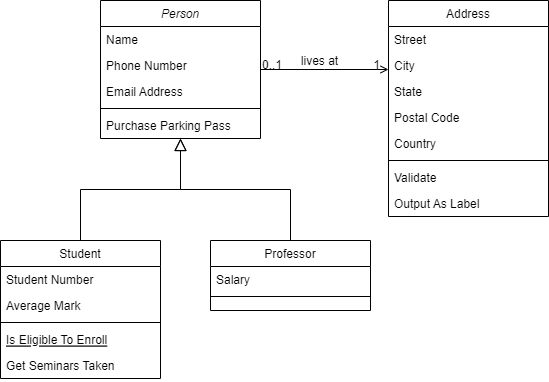
This is Untitled Diagram.drawio.png from GuilleAlvarado/draw, a draw.io export, as it was before one commit. Source tidied: cells renumbered, new cells last; positions are measured from the earlier drawing's top-left corner, leaving out a move shared by most shapes. Its diagram source:
```xml
<mxGraphModel>
  <root>
    <mxCell id="0" />
    <mxCell id="1" parent="0" />
    <mxCell id="2" value="Person" style="swimlane;fontStyle=2;align=center;verticalAlign=top;horizontal=1;startSize=26;rounded=0;shadow=0;strokeWidth=1;" parent="1" vertex="1">
      <mxGeometry x="100" width="160" height="138" as="geometry" />
    </mxCell>
    <mxCell id="3" value="Name" style="text;align=left;verticalAlign=top;spacingLeft=4;spacingRight=4;overflow=hidden;" parent="2" vertex="1">
      <mxGeometry y="26" width="160" height="26" as="geometry" />
    </mxCell>
    <mxCell id="4" value="Phone Number" style="text;align=left;verticalAlign=top;spacingLeft=4;spacingRight=4;overflow=hidden;rounded=0;shadow=0;html=0;" parent="2" vertex="1">
      <mxGeometry y="52" width="160" height="26" as="geometry" />
    </mxCell>
    <mxCell id="5" value="Email Address" style="text;align=left;verticalAlign=top;spacingLeft=4;spacingRight=4;overflow=hidden;rounded=0;shadow=0;html=0;" parent="2" vertex="1">
      <mxGeometry y="78" width="160" height="26" as="geometry" />
    </mxCell>
    <mxCell id="6" style="line;html=1;strokeWidth=1;align=left;verticalAlign=middle;spacingTop=-1;spacingLeft=3;spacingRight=3;labelPosition=right;" parent="2" vertex="1">
      <mxGeometry y="104" width="160" height="8" as="geometry" />
    </mxCell>
    <mxCell id="7" value="Purchase Parking Pass" style="text;align=left;verticalAlign=top;spacingLeft=4;spacingRight=4;overflow=hidden;" parent="2" vertex="1">
      <mxGeometry y="112" width="160" height="26" as="geometry" />
    </mxCell>
    <mxCell id="8" value="Student" style="swimlane;fontStyle=0;align=center;verticalAlign=top;horizontal=1;startSize=26;rounded=0;shadow=0;strokeWidth=1;" parent="1" vertex="1">
      <mxGeometry y="240" width="160" height="138" as="geometry" />
    </mxCell>
    <mxCell id="9" value="Student Number" style="text;align=left;verticalAlign=top;spacingLeft=4;spacingRight=4;overflow=hidden;" parent="8" vertex="1">
      <mxGeometry y="26" width="160" height="26" as="geometry" />
    </mxCell>
    <mxCell id="10" value="Average Mark" style="text;align=left;verticalAlign=top;spacingLeft=4;spacingRight=4;overflow=hidden;rounded=0;shadow=0;html=0;" parent="8" vertex="1">
      <mxGeometry y="52" width="160" height="26" as="geometry" />
    </mxCell>
    <mxCell id="11" style="line;html=1;strokeWidth=1;align=left;verticalAlign=middle;spacingTop=-1;spacingLeft=3;spacingRight=3;labelPosition=right;" parent="8" vertex="1">
      <mxGeometry y="78" width="160" height="8" as="geometry" />
    </mxCell>
    <mxCell id="12" value="Is Eligible To Enroll" style="text;align=left;verticalAlign=top;spacingLeft=4;spacingRight=4;overflow=hidden;fontStyle=4;" parent="8" vertex="1">
      <mxGeometry y="86" width="160" height="26" as="geometry" />
    </mxCell>
    <mxCell id="13" value="Get Seminars Taken" style="text;align=left;verticalAlign=top;spacingLeft=4;spacingRight=4;overflow=hidden;" parent="8" vertex="1">
      <mxGeometry y="112" width="160" height="26" as="geometry" />
    </mxCell>
    <mxCell id="14" style="endArrow=block;endSize=10;endFill=0;shadow=0;strokeWidth=1;rounded=0;edgeStyle=elbowEdgeStyle;elbow=vertical;" parent="1" edge="1" source="8" target="2">
      <mxGeometry relative="1" as="geometry" />
    </mxCell>
    <mxCell id="15" value="Professor" style="swimlane;fontStyle=0;align=center;verticalAlign=top;horizontal=1;startSize=26;rounded=0;shadow=0;strokeWidth=1;" parent="1" vertex="1">
      <mxGeometry x="210" y="240" width="160" height="70" as="geometry" />
    </mxCell>
    <mxCell id="16" value="Salary" style="text;align=left;verticalAlign=top;spacingLeft=4;spacingRight=4;overflow=hidden;" parent="15" vertex="1">
      <mxGeometry y="26" width="160" height="26" as="geometry" />
    </mxCell>
    <mxCell id="17" style="line;html=1;strokeWidth=1;align=left;verticalAlign=middle;spacingTop=-1;spacingLeft=3;spacingRight=3;labelPosition=right;" parent="15" vertex="1">
      <mxGeometry y="52" width="160" height="8" as="geometry" />
    </mxCell>
    <mxCell id="18" style="endArrow=block;endSize=10;endFill=0;shadow=0;strokeWidth=1;rounded=0;edgeStyle=elbowEdgeStyle;elbow=vertical;" parent="1" edge="1" source="15" target="2">
      <mxGeometry relative="1" as="geometry" />
    </mxCell>
    <mxCell id="19" value="Address" style="swimlane;fontStyle=0;align=center;verticalAlign=top;horizontal=1;startSize=26;rounded=0;shadow=0;strokeWidth=1;" parent="1" vertex="1">
      <mxGeometry x="388" width="160" height="216" as="geometry" />
    </mxCell>
    <mxCell id="20" value="Street" style="text;align=left;verticalAlign=top;spacingLeft=4;spacingRight=4;overflow=hidden;" parent="19" vertex="1">
      <mxGeometry y="26" width="160" height="26" as="geometry" />
    </mxCell>
    <mxCell id="21" value="City" style="text;align=left;verticalAlign=top;spacingLeft=4;spacingRight=4;overflow=hidden;rounded=0;shadow=0;html=0;" parent="19" vertex="1">
      <mxGeometry y="52" width="160" height="26" as="geometry" />
    </mxCell>
    <mxCell id="22" value="State" style="text;align=left;verticalAlign=top;spacingLeft=4;spacingRight=4;overflow=hidden;rounded=0;shadow=0;html=0;" parent="19" vertex="1">
      <mxGeometry y="78" width="160" height="26" as="geometry" />
    </mxCell>
    <mxCell id="23" value="Postal Code" style="text;align=left;verticalAlign=top;spacingLeft=4;spacingRight=4;overflow=hidden;rounded=0;shadow=0;html=0;" parent="19" vertex="1">
      <mxGeometry y="104" width="160" height="26" as="geometry" />
    </mxCell>
    <mxCell id="24" value="Country" style="text;align=left;verticalAlign=top;spacingLeft=4;spacingRight=4;overflow=hidden;rounded=0;shadow=0;html=0;" parent="19" vertex="1">
      <mxGeometry y="130" width="160" height="26" as="geometry" />
    </mxCell>
    <mxCell id="25" style="line;html=1;strokeWidth=1;align=left;verticalAlign=middle;spacingTop=-1;spacingLeft=3;spacingRight=3;labelPosition=right;" parent="19" vertex="1">
      <mxGeometry y="156" width="160" height="8" as="geometry" />
    </mxCell>
    <mxCell id="26" value="Validate" style="text;align=left;verticalAlign=top;spacingLeft=4;spacingRight=4;overflow=hidden;" parent="19" vertex="1">
      <mxGeometry y="164" width="160" height="26" as="geometry" />
    </mxCell>
    <mxCell id="27" value="Output As Label" style="text;align=left;verticalAlign=top;spacingLeft=4;spacingRight=4;overflow=hidden;" parent="19" vertex="1">
      <mxGeometry y="190" width="160" height="26" as="geometry" />
    </mxCell>
    <mxCell id="28" style="endArrow=open;shadow=0;strokeWidth=1;rounded=0;endFill=1;edgeStyle=elbowEdgeStyle;elbow=vertical;" parent="1" edge="1" source="2" target="19">
      <mxGeometry x="0.5" y="41" relative="1" as="geometry">
        <mxPoint x="-40" y="32" as="offset" />
      </mxGeometry>
    </mxCell>
    <mxCell id="29" value="0..1" style="align=left;verticalAlign=bottom;labelBackgroundColor=none;fontSize=12;" parent="28" vertex="1">
      <mxGeometry x="-1" relative="1" as="geometry">
        <mxPoint y="4" as="offset" />
      </mxGeometry>
    </mxCell>
    <mxCell id="30" value="1" style="align=right;verticalAlign=bottom;labelBackgroundColor=none;fontSize=12;" parent="28" vertex="1">
      <mxGeometry x="1" relative="1" as="geometry">
        <mxPoint x="-7" y="4" as="offset" />
      </mxGeometry>
    </mxCell>
    <mxCell id="31" value="lives at" style="text;html=1;align=center;verticalAlign=middle;labelBackgroundColor=none;rounded=0;shadow=0;strokeWidth=1;fontSize=12;" parent="28" vertex="1">
      <mxGeometry x="0.5" y="49" relative="1" as="geometry">
        <mxPoint x="-38" y="40" as="offset" />
      </mxGeometry>
    </mxCell>
  </root>
</mxGraphModel>
```
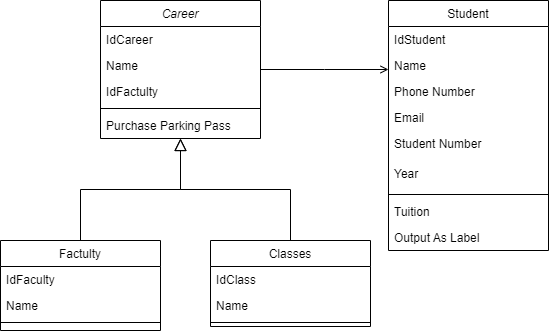
After the commit.

Diff of the diagram source:
```diff
@@ -2,16 +2,16 @@
   <root>
     <mxCell id="0" />
     <mxCell id="1" parent="0" />
-    <mxCell id="2" value="Person" style="swimlane;fontStyle=2;align=center;verticalAlign=top;horizontal=1;startSize=26;rounded=0;shadow=0;strokeWidth=1;" parent="1" vertex="1">
+    <mxCell id="2" value="Career" style="swimlane;fontStyle=2;align=center;verticalAlign=top;horizontal=1;startSize=26;rounded=0;shadow=0;strokeWidth=1;" parent="1" vertex="1">
       <mxGeometry x="100" width="160" height="138" as="geometry" />
     </mxCell>
-    <mxCell id="3" value="Name" style="text;align=left;verticalAlign=top;spacingLeft=4;spacingRight=4;overflow=hidden;" parent="2" vertex="1">
+    <mxCell id="3" value="IdCareer" style="text;align=left;verticalAlign=top;spacingLeft=4;spacingRight=4;overflow=hidden;" parent="2" vertex="1">
       <mxGeometry y="26" width="160" height="26" as="geometry" />
     </mxCell>
-    <mxCell id="4" value="Phone Number" style="text;align=left;verticalAlign=top;spacingLeft=4;spacingRight=4;overflow=hidden;rounded=0;shadow=0;html=0;" parent="2" vertex="1">
+    <mxCell id="4" value="Name" style="text;align=left;verticalAlign=top;spacingLeft=4;spacingRight=4;overflow=hidden;rounded=0;shadow=0;html=0;" parent="2" vertex="1">
       <mxGeometry y="52" width="160" height="26" as="geometry" />
     </mxCell>
-    <mxCell id="5" value="Email Address" style="text;align=left;verticalAlign=top;spacingLeft=4;spacingRight=4;overflow=hidden;rounded=0;shadow=0;html=0;" parent="2" vertex="1">
+    <mxCell id="5" value="IdFactulty" style="text;align=left;verticalAlign=top;spacingLeft=4;spacingRight=4;overflow=hidden;rounded=0;shadow=0;html=0;" parent="2" vertex="1">
       <mxGeometry y="78" width="160" height="26" as="geometry" />
     </mxCell>
     <mxCell id="6" style="line;html=1;strokeWidth=1;align=left;verticalAlign=middle;spacingTop=-1;spacingLeft=3;spacingRight=3;labelPosition=right;" parent="2" vertex="1">
@@ -20,85 +20,70 @@
     <mxCell id="7" value="Purchase Parking Pass" style="text;align=left;verticalAlign=top;spacingLeft=4;spacingRight=4;overflow=hidden;" parent="2" vertex="1">
       <mxGeometry y="112" width="160" height="26" as="geometry" />
     </mxCell>
-    <mxCell id="8" value="Student" style="swimlane;fontStyle=0;align=center;verticalAlign=top;horizontal=1;startSize=26;rounded=0;shadow=0;strokeWidth=1;" parent="1" vertex="1">
-      <mxGeometry y="240" width="160" height="138" as="geometry" />
+    <mxCell id="8" value="Factulty" style="swimlane;fontStyle=0;align=center;verticalAlign=top;horizontal=1;startSize=26;rounded=0;shadow=0;strokeWidth=1;" parent="1" vertex="1">
+      <mxGeometry y="240" width="160" height="90" as="geometry" />
     </mxCell>
-    <mxCell id="9" value="Student Number" style="text;align=left;verticalAlign=top;spacingLeft=4;spacingRight=4;overflow=hidden;" parent="8" vertex="1">
+    <mxCell id="9" value="IdFaculty" style="text;align=left;verticalAlign=top;spacingLeft=4;spacingRight=4;overflow=hidden;" parent="8" vertex="1">
       <mxGeometry y="26" width="160" height="26" as="geometry" />
     </mxCell>
-    <mxCell id="10" value="Average Mark" style="text;align=left;verticalAlign=top;spacingLeft=4;spacingRight=4;overflow=hidden;rounded=0;shadow=0;html=0;" parent="8" vertex="1">
+    <mxCell id="10" value="Name" style="text;align=left;verticalAlign=top;spacingLeft=4;spacingRight=4;overflow=hidden;rounded=0;shadow=0;html=0;" parent="8" vertex="1">
       <mxGeometry y="52" width="160" height="26" as="geometry" />
     </mxCell>
     <mxCell id="11" style="line;html=1;strokeWidth=1;align=left;verticalAlign=middle;spacingTop=-1;spacingLeft=3;spacingRight=3;labelPosition=right;" parent="8" vertex="1">
       <mxGeometry y="78" width="160" height="8" as="geometry" />
     </mxCell>
-    <mxCell id="12" value="Is Eligible To Enroll" style="text;align=left;verticalAlign=top;spacingLeft=4;spacingRight=4;overflow=hidden;fontStyle=4;" parent="8" vertex="1">
-      <mxGeometry y="86" width="160" height="26" as="geometry" />
-    </mxCell>
-    <mxCell id="13" value="Get Seminars Taken" style="text;align=left;verticalAlign=top;spacingLeft=4;spacingRight=4;overflow=hidden;" parent="8" vertex="1">
-      <mxGeometry y="112" width="160" height="26" as="geometry" />
-    </mxCell>
     <mxCell id="14" style="endArrow=block;endSize=10;endFill=0;shadow=0;strokeWidth=1;rounded=0;edgeStyle=elbowEdgeStyle;elbow=vertical;" parent="1" edge="1" source="8" target="2">
       <mxGeometry relative="1" as="geometry" />
     </mxCell>
-    <mxCell id="15" value="Professor" style="swimlane;fontStyle=0;align=center;verticalAlign=top;horizontal=1;startSize=26;rounded=0;shadow=0;strokeWidth=1;" parent="1" vertex="1">
-      <mxGeometry x="210" y="240" width="160" height="70" as="geometry" />
+    <mxCell id="15" value="Classes" style="swimlane;fontStyle=0;align=center;verticalAlign=top;horizontal=1;startSize=26;rounded=0;shadow=0;strokeWidth=1;" parent="1" vertex="1">
+      <mxGeometry x="210" y="240" width="160" height="86" as="geometry" />
     </mxCell>
-    <mxCell id="16" value="Salary" style="text;align=left;verticalAlign=top;spacingLeft=4;spacingRight=4;overflow=hidden;" parent="15" vertex="1">
+    <mxCell id="16" value="IdClass" style="text;align=left;verticalAlign=top;spacingLeft=4;spacingRight=4;overflow=hidden;" parent="15" vertex="1">
       <mxGeometry y="26" width="160" height="26" as="geometry" />
     </mxCell>
+    <mxCell id="32" value="Name" style="text;align=left;verticalAlign=top;spacingLeft=4;spacingRight=4;overflow=hidden;" parent="15" vertex="1">
+      <mxGeometry y="52" width="160" height="26" as="geometry" />
+    </mxCell>
     <mxCell id="17" style="line;html=1;strokeWidth=1;align=left;verticalAlign=middle;spacingTop=-1;spacingLeft=3;spacingRight=3;labelPosition=right;" parent="15" vertex="1">
-      <mxGeometry y="52" width="160" height="8" as="geometry" />
+      <mxGeometry y="78" width="160" height="8" as="geometry" />
     </mxCell>
     <mxCell id="18" style="endArrow=block;endSize=10;endFill=0;shadow=0;strokeWidth=1;rounded=0;edgeStyle=elbowEdgeStyle;elbow=vertical;" parent="1" edge="1" source="15" target="2">
       <mxGeometry relative="1" as="geometry" />
     </mxCell>
-    <mxCell id="19" value="Address" style="swimlane;fontStyle=0;align=center;verticalAlign=top;horizontal=1;startSize=26;rounded=0;shadow=0;strokeWidth=1;" parent="1" vertex="1">
-      <mxGeometry x="388" width="160" height="216" as="geometry" />
+    <mxCell id="19" value="Student" style="swimlane;fontStyle=0;align=center;verticalAlign=top;horizontal=1;startSize=26;rounded=0;shadow=0;strokeWidth=1;" parent="1" vertex="1">
+      <mxGeometry x="388" width="160" height="250" as="geometry" />
     </mxCell>
-    <mxCell id="20" value="Street" style="text;align=left;verticalAlign=top;spacingLeft=4;spacingRight=4;overflow=hidden;" parent="19" vertex="1">
+    <mxCell id="20" value="IdStudent" style="text;align=left;verticalAlign=top;spacingLeft=4;spacingRight=4;overflow=hidden;" parent="19" vertex="1">
       <mxGeometry y="26" width="160" height="26" as="geometry" />
     </mxCell>
-    <mxCell id="21" value="City" style="text;align=left;verticalAlign=top;spacingLeft=4;spacingRight=4;overflow=hidden;rounded=0;shadow=0;html=0;" parent="19" vertex="1">
+    <mxCell id="21" value="Name" style="text;align=left;verticalAlign=top;spacingLeft=4;spacingRight=4;overflow=hidden;rounded=0;shadow=0;html=0;" parent="19" vertex="1">
       <mxGeometry y="52" width="160" height="26" as="geometry" />
     </mxCell>
-    <mxCell id="22" value="State" style="text;align=left;verticalAlign=top;spacingLeft=4;spacingRight=4;overflow=hidden;rounded=0;shadow=0;html=0;" parent="19" vertex="1">
+    <mxCell id="22" value="Phone Number " style="text;align=left;verticalAlign=top;spacingLeft=4;spacingRight=4;overflow=hidden;rounded=0;shadow=0;html=0;" parent="19" vertex="1">
       <mxGeometry y="78" width="160" height="26" as="geometry" />
     </mxCell>
-    <mxCell id="23" value="Postal Code" style="text;align=left;verticalAlign=top;spacingLeft=4;spacingRight=4;overflow=hidden;rounded=0;shadow=0;html=0;" parent="19" vertex="1">
+    <mxCell id="23" value="Email" style="text;align=left;verticalAlign=top;spacingLeft=4;spacingRight=4;overflow=hidden;rounded=0;shadow=0;html=0;" parent="19" vertex="1">
       <mxGeometry y="104" width="160" height="26" as="geometry" />
     </mxCell>
+    <mxCell id="33" value="Student Number" style="text;align=left;verticalAlign=top;spacingLeft=4;spacingRight=4;overflow=hidden;rounded=0;shadow=0;html=0;" parent="19" vertex="1">
+      <mxGeometry y="130" width="160" height="30" as="geometry" />
+    </mxCell>
-    <mxCell id="24" value="Country" style="text;align=left;verticalAlign=top;spacingLeft=4;spacingRight=4;overflow=hidden;rounded=0;shadow=0;html=0;" parent="19" vertex="1">
-      <mxGeometry y="130" width="160" height="26" as="geometry" />
+    <mxCell id="24" value="Year" style="text;align=left;verticalAlign=top;spacingLeft=4;spacingRight=4;overflow=hidden;rounded=0;shadow=0;html=0;" parent="19" vertex="1">
+      <mxGeometry y="160" width="160" height="30" as="geometry" />
     </mxCell>
     <mxCell id="25" style="line;html=1;strokeWidth=1;align=left;verticalAlign=middle;spacingTop=-1;spacingLeft=3;spacingRight=3;labelPosition=right;" parent="19" vertex="1">
-      <mxGeometry y="156" width="160" height="8" as="geometry" />
+      <mxGeometry y="190" width="160" height="8" as="geometry" />
     </mxCell>
-    <mxCell id="26" value="Validate" style="text;align=left;verticalAlign=top;spacingLeft=4;spacingRight=4;overflow=hidden;" parent="19" vertex="1">
-      <mxGeometry y="164" width="160" height="26" as="geometry" />
+    <mxCell id="26" value="Tuition" style="text;align=left;verticalAlign=top;spacingLeft=4;spacingRight=4;overflow=hidden;" parent="19" vertex="1">
+      <mxGeometry y="198" width="160" height="26" as="geometry" />
     </mxCell>
     <mxCell id="27" value="Output As Label" style="text;align=left;verticalAlign=top;spacingLeft=4;spacingRight=4;overflow=hidden;" parent="19" vertex="1">
-      <mxGeometry y="190" width="160" height="26" as="geometry" />
+      <mxGeometry y="224" width="160" height="26" as="geometry" />
     </mxCell>
     <mxCell id="28" style="endArrow=open;shadow=0;strokeWidth=1;rounded=0;endFill=1;edgeStyle=elbowEdgeStyle;elbow=vertical;" parent="1" edge="1" source="2" target="19">
       <mxGeometry x="0.5" y="41" relative="1" as="geometry">
         <mxPoint x="-40" y="32" as="offset" />
       </mxGeometry>
     </mxCell>
-    <mxCell id="29" value="0..1" style="align=left;verticalAlign=bottom;labelBackgroundColor=none;fontSize=12;" parent="28" vertex="1">
-      <mxGeometry x="-1" relative="1" as="geometry">
-        <mxPoint y="4" as="offset" />
-      </mxGeometry>
-    </mxCell>
-    <mxCell id="30" value="1" style="align=right;verticalAlign=bottom;labelBackgroundColor=none;fontSize=12;" parent="28" vertex="1">
-      <mxGeometry x="1" relative="1" as="geometry">
-        <mxPoint x="-7" y="4" as="offset" />
-      </mxGeometry>
-    </mxCell>
-    <mxCell id="31" value="lives at" style="text;html=1;align=center;verticalAlign=middle;labelBackgroundColor=none;rounded=0;shadow=0;strokeWidth=1;fontSize=12;" parent="28" vertex="1">
-      <mxGeometry x="0.5" y="49" relative="1" as="geometry">
-        <mxPoint x="-38" y="40" as="offset" />
-      </mxGeometry>
-    </mxCell>
   </root>
 </mxGraphModel>
```
